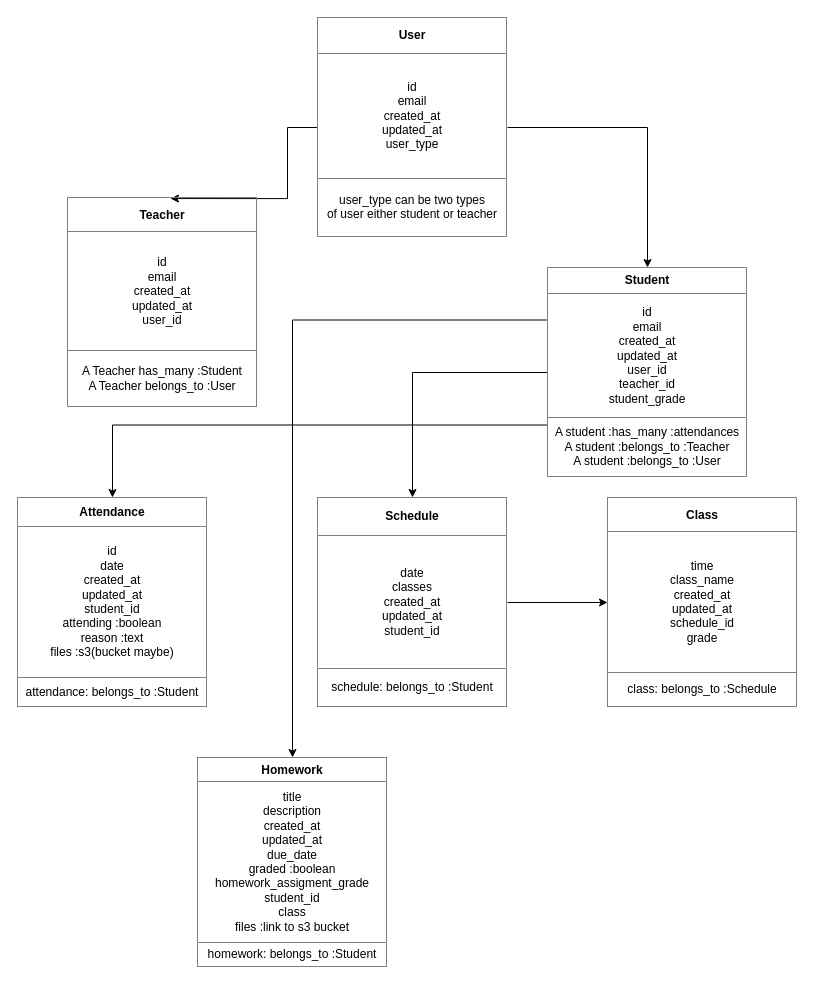
Above: docs/db-architecture/entity.drawio in MirTalpur/managehomeschool (draw.io), before the change. Source tidied: cells renumbered, new cells numbered last; positions are measured from the earlier drawing's top-left corner, leaving out a move shared by most shapes. Both pictures are drawn from the tidied source at 100%, with x=0, y=0 at pixel (17, 17).
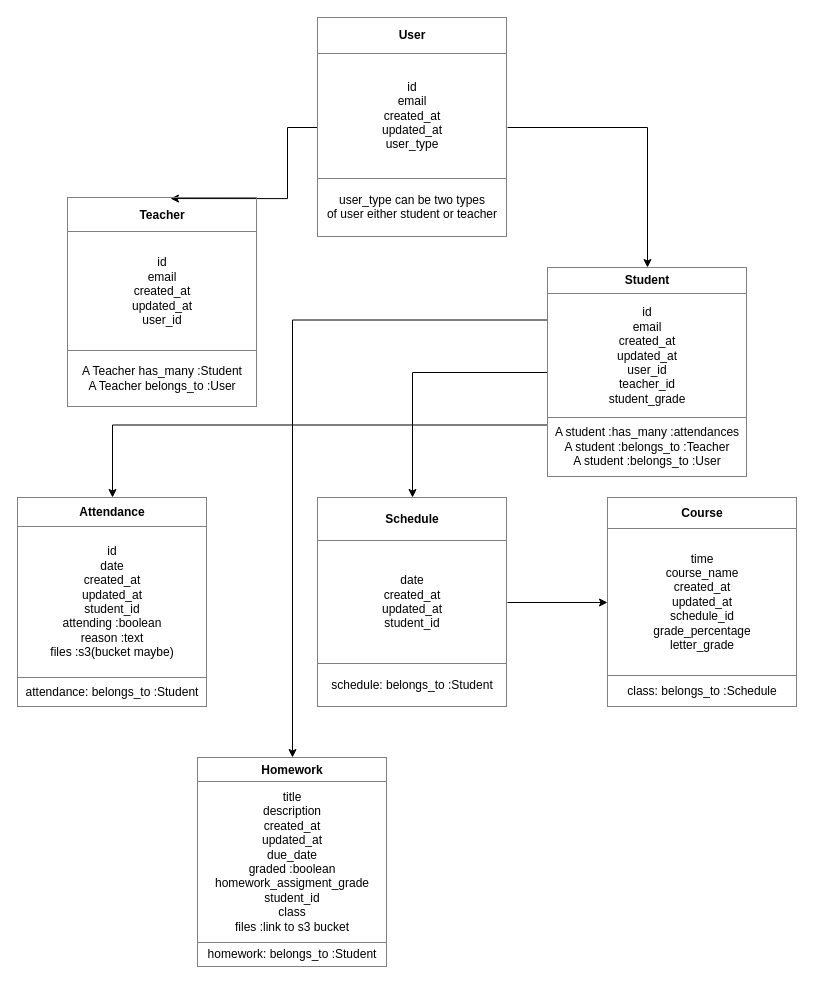
The same diagram, later.

The edit, as a diff of the source:
```diff
@@
 <mxGraphModel>
   <root>
     <mxCell id="0" />
     <mxCell id="1" parent="0" />
     <mxCell id="2" style="edgeStyle=orthogonalEdgeStyle;rounded=0;jettySize=auto;html=1;exitX=0;exitY=0.5;exitDx=0;exitDy=0;entryX=0.542;entryY=0.005;entryDx=0;entryDy=0;entryPerimeter=0;" parent="1" edge="1" source="4" target="5">
       <mxGeometry relative="1" as="geometry" />
     </mxCell>
     <mxCell id="3" style="edgeStyle=orthogonalEdgeStyle;rounded=0;jettySize=auto;html=1;exitX=1;exitY=0.5;exitDx=0;exitDy=0;entryX=0.5;entryY=0;entryDx=0;entryDy=0;" parent="1" edge="1" source="4" target="9">
       <mxGeometry relative="1" as="geometry" />
     </mxCell>
     <mxCell id="4" value="&lt;table border=&quot;1&quot; width=&quot;100%&quot; cellpadding=&quot;4&quot; style=&quot;width: 100% ; height: 100% ; border-collapse: collapse&quot;&gt;&lt;tbody&gt;&lt;tr&gt;&lt;th align=&quot;center&quot;&gt;&lt;b&gt;User&lt;/b&gt;&lt;/th&gt;&lt;/tr&gt;&lt;tr&gt;&lt;td align=&quot;center&quot;&gt;id&lt;br&gt;email&lt;br&gt;created_at&lt;br&gt;updated_at&lt;br&gt;user_type&lt;br&gt;&lt;/td&gt;&lt;/tr&gt;&lt;tr&gt;&lt;td align=&quot;center&quot;&gt;user_type can be two types &lt;br&gt;of user either student or teacher&lt;/td&gt;&lt;/tr&gt;&lt;/tbody&gt;&lt;/table&gt;" style="text;html=1;strokeColor=none;fillColor=none;overflow=fill;" parent="1" vertex="1">
       <mxGeometry x="300" width="190" height="220" as="geometry" />
     </mxCell>
     <mxCell id="5" value="&lt;table border=&quot;1&quot; width=&quot;100%&quot; cellpadding=&quot;4&quot; style=&quot;width: 100% ; height: 100% ; border-collapse: collapse&quot;&gt;&lt;tbody&gt;&lt;tr&gt;&lt;th align=&quot;center&quot;&gt;&lt;b&gt;Teacher&lt;/b&gt;&lt;/th&gt;&lt;/tr&gt;&lt;tr&gt;&lt;td align=&quot;center&quot;&gt;id&lt;br&gt;email&lt;br&gt;created_at&lt;br&gt;updated_at&lt;br&gt;user_id&lt;br&gt;&lt;/td&gt;&lt;/tr&gt;&lt;tr&gt;&lt;td align=&quot;center&quot;&gt;A Teacher has_many :Student&lt;br&gt;A Teacher belongs_to :User&lt;/td&gt;&lt;/tr&gt;&lt;/tbody&gt;&lt;/table&gt;" style="text;html=1;strokeColor=none;fillColor=none;overflow=fill;" parent="1" vertex="1">
       <mxGeometry x="50" y="180" width="190" height="210" as="geometry" />
     </mxCell>
     <mxCell id="6" style="edgeStyle=orthogonalEdgeStyle;rounded=0;jettySize=auto;html=1;exitX=0;exitY=0.5;exitDx=0;exitDy=0;" parent="1" edge="1" source="9" target="12">
       <mxGeometry relative="1" as="geometry" />
     </mxCell>
     <mxCell id="7" style="edgeStyle=orthogonalEdgeStyle;rounded=0;jettySize=auto;html=1;exitX=0;exitY=0.75;exitDx=0;exitDy=0;" parent="1" edge="1" source="9" target="10">
       <mxGeometry relative="1" as="geometry" />
     </mxCell>
     <mxCell id="8" style="edgeStyle=orthogonalEdgeStyle;rounded=0;jettySize=auto;html=1;exitX=0;exitY=0.25;exitDx=0;exitDy=0;entryX=0.5;entryY=0;entryDx=0;entryDy=0;" parent="1" edge="1" source="9" target="14">
       <mxGeometry relative="1" as="geometry" />
     </mxCell>
     <mxCell id="9" value="&lt;table border=&quot;1&quot; width=&quot;100%&quot; cellpadding=&quot;4&quot; style=&quot;width: 100% ; height: 100% ; border-collapse: collapse&quot;&gt;&lt;tbody&gt;&lt;tr&gt;&lt;th align=&quot;center&quot;&gt;&lt;b&gt;Student&lt;/b&gt;&lt;/th&gt;&lt;/tr&gt;&lt;tr&gt;&lt;td align=&quot;center&quot;&gt;id&lt;br&gt;email&lt;br&gt;created_at&lt;br&gt;updated_at&lt;br&gt;user_id&lt;br&gt;teacher_id&lt;br&gt;student_grade&lt;/td&gt;&lt;/tr&gt;&lt;tr&gt;&lt;td align=&quot;center&quot;&gt;A student :has_many :attendances&lt;br&gt;A student :belongs_to :Teacher&lt;br&gt;A student :belongs_to :User&lt;/td&gt;&lt;/tr&gt;&lt;/tbody&gt;&lt;/table&gt;" style="text;html=1;strokeColor=none;fillColor=none;overflow=fill;" parent="1" vertex="1">
       <mxGeometry x="530" y="250" width="200" height="210" as="geometry" />
     </mxCell>
     <mxCell id="10" value="&lt;table border=&quot;1&quot; width=&quot;100%&quot; cellpadding=&quot;4&quot; style=&quot;width: 100% ; height: 100% ; border-collapse: collapse&quot;&gt;&lt;tbody&gt;&lt;tr&gt;&lt;th align=&quot;center&quot;&gt;&lt;b&gt;Attendance&lt;/b&gt;&lt;/th&gt;&lt;/tr&gt;&lt;tr&gt;&lt;td align=&quot;center&quot;&gt;id&lt;br&gt;date&lt;br&gt;created_at&lt;br&gt;updated_at&lt;br&gt;student_id&lt;br&gt;attending :boolean&lt;br&gt;reason :text&lt;br&gt;files :s3(bucket maybe)&lt;/td&gt;&lt;/tr&gt;&lt;tr&gt;&lt;td align=&quot;center&quot;&gt;attendance: belongs_to :Student&lt;/td&gt;&lt;/tr&gt;&lt;/tbody&gt;&lt;/table&gt;" style="text;html=1;strokeColor=none;fillColor=none;overflow=fill;" parent="1" vertex="1">
       <mxGeometry y="480" width="190" height="210" as="geometry" />
     </mxCell>
     <mxCell id="11" style="edgeStyle=orthogonalEdgeStyle;rounded=0;jettySize=auto;html=1;exitX=1;exitY=0.5;exitDx=0;exitDy=0;entryX=0;entryY=0.5;entryDx=0;entryDy=0;" parent="1" edge="1" source="12" target="13">
       <mxGeometry relative="1" as="geometry" />
     </mxCell>
-    <mxCell id="12" value="&lt;table border=&quot;1&quot; width=&quot;100%&quot; cellpadding=&quot;4&quot; style=&quot;width: 100% ; height: 100% ; border-collapse: collapse&quot;&gt;&lt;tbody&gt;&lt;tr&gt;&lt;th align=&quot;center&quot;&gt;&lt;b&gt;Schedule&lt;/b&gt;&lt;/th&gt;&lt;/tr&gt;&lt;tr&gt;&lt;td align=&quot;center&quot;&gt;date&lt;br&gt;classes&lt;br&gt;created_at&lt;br&gt;updated_at&lt;br&gt;student_id&lt;br&gt;&lt;/td&gt;&lt;/tr&gt;&lt;tr&gt;&lt;td align=&quot;center&quot;&gt;schedule: belongs_to :Student&lt;/td&gt;&lt;/tr&gt;&lt;/tbody&gt;&lt;/table&gt;" style="text;html=1;strokeColor=none;fillColor=none;overflow=fill;" parent="1" vertex="1">
+    <mxCell id="12" value="&lt;table border=&quot;1&quot; width=&quot;100%&quot; cellpadding=&quot;4&quot; style=&quot;width: 100% ; height: 100% ; border-collapse: collapse&quot;&gt;&lt;tbody&gt;&lt;tr&gt;&lt;th align=&quot;center&quot;&gt;&lt;b&gt;Schedule&lt;/b&gt;&lt;/th&gt;&lt;/tr&gt;&lt;tr&gt;&lt;td align=&quot;center&quot;&gt;date&lt;br&gt;created_at&lt;br&gt;updated_at&lt;br&gt;student_id&lt;br&gt;&lt;/td&gt;&lt;/tr&gt;&lt;tr&gt;&lt;td align=&quot;center&quot;&gt;schedule: belongs_to :Student&lt;/td&gt;&lt;/tr&gt;&lt;/tbody&gt;&lt;/table&gt;" style="text;html=1;strokeColor=none;fillColor=none;overflow=fill;" parent="1" vertex="1">
       <mxGeometry x="300" y="480" width="190" height="210" as="geometry" />
     </mxCell>
-    <mxCell id="13" value="&lt;table border=&quot;1&quot; width=&quot;100%&quot; cellpadding=&quot;4&quot; style=&quot;width: 100% ; height: 100% ; border-collapse: collapse&quot;&gt;&lt;tbody&gt;&lt;tr&gt;&lt;th align=&quot;center&quot;&gt;&lt;b&gt;Class&lt;/b&gt;&lt;/th&gt;&lt;/tr&gt;&lt;tr&gt;&lt;td align=&quot;center&quot;&gt;time&lt;br&gt;class_name&lt;br&gt;created_at&lt;br&gt;updated_at&lt;br&gt;schedule_id&lt;br&gt;grade&lt;br&gt;&lt;/td&gt;&lt;/tr&gt;&lt;tr&gt;&lt;td align=&quot;center&quot;&gt;class: belongs_to :Schedule&lt;/td&gt;&lt;/tr&gt;&lt;/tbody&gt;&lt;/table&gt;" style="text;html=1;strokeColor=none;fillColor=none;overflow=fill;" parent="1" vertex="1">
+    <mxCell id="13" value="&lt;table border=&quot;1&quot; width=&quot;100%&quot; cellpadding=&quot;4&quot; style=&quot;width: 100% ; height: 100% ; border-collapse: collapse&quot;&gt;&lt;tbody&gt;&lt;tr&gt;&lt;th align=&quot;center&quot;&gt;&lt;b&gt;Course&lt;/b&gt;&lt;/th&gt;&lt;/tr&gt;&lt;tr&gt;&lt;td align=&quot;center&quot;&gt;time&lt;br&gt;course_name&lt;br&gt;created_at&lt;br&gt;updated_at&lt;br&gt;schedule_id&lt;br&gt;grade_percentage&lt;br&gt;letter_grade&lt;/td&gt;&lt;/tr&gt;&lt;tr&gt;&lt;td align=&quot;center&quot;&gt;class: belongs_to :Schedule&lt;/td&gt;&lt;/tr&gt;&lt;/tbody&gt;&lt;/table&gt;" style="text;html=1;strokeColor=none;fillColor=none;overflow=fill;" parent="1" vertex="1">
       <mxGeometry x="590" y="480" width="190" height="210" as="geometry" />
     </mxCell>
     <mxCell id="14" value="&lt;table border=&quot;1&quot; width=&quot;100%&quot; cellpadding=&quot;4&quot; style=&quot;width: 100% ; height: 100% ; border-collapse: collapse&quot;&gt;&lt;tbody&gt;&lt;tr&gt;&lt;th align=&quot;center&quot;&gt;&lt;b&gt;Homework&lt;/b&gt;&lt;/th&gt;&lt;/tr&gt;&lt;tr&gt;&lt;td align=&quot;center&quot;&gt;title&lt;br&gt;description&lt;br&gt;created_at&lt;br&gt;updated_at&lt;br&gt;due_date&lt;br&gt;graded :boolean&lt;br&gt;homework_assigment_grade&lt;br&gt;student_id&lt;br&gt;class&lt;br&gt;files :link to s3 bucket&lt;/td&gt;&lt;/tr&gt;&lt;tr&gt;&lt;td align=&quot;center&quot;&gt;homework: belongs_to :Student&lt;/td&gt;&lt;/tr&gt;&lt;/tbody&gt;&lt;/table&gt;" style="text;html=1;strokeColor=none;fillColor=none;overflow=fill;" parent="1" vertex="1">
       <mxGeometry x="180" y="740" width="190" height="210" as="geometry" />
     </mxCell>
   </root>
 </mxGraphModel>
```
